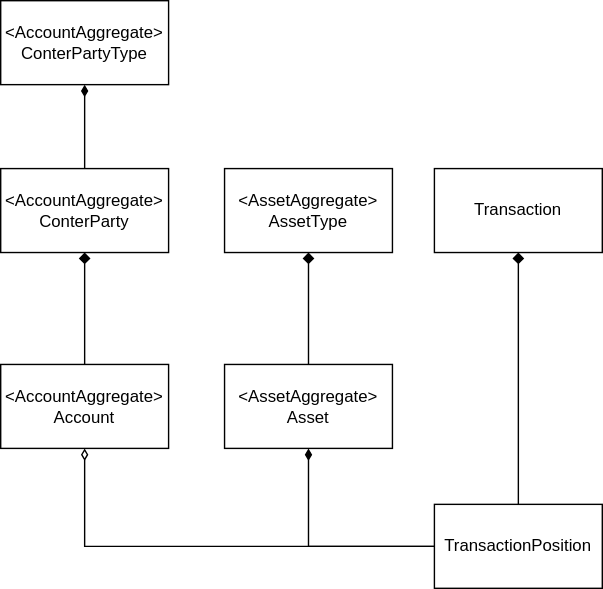
The draw.io diagram doc/DataModel.drawio.svg in FinanceControl/Transaction.Storage.Srv, before a commit. Source tidied: cells renumbered, new cells last; positions are measured from the earlier drawing's top-left corner, leaving out a move shared by most shapes.
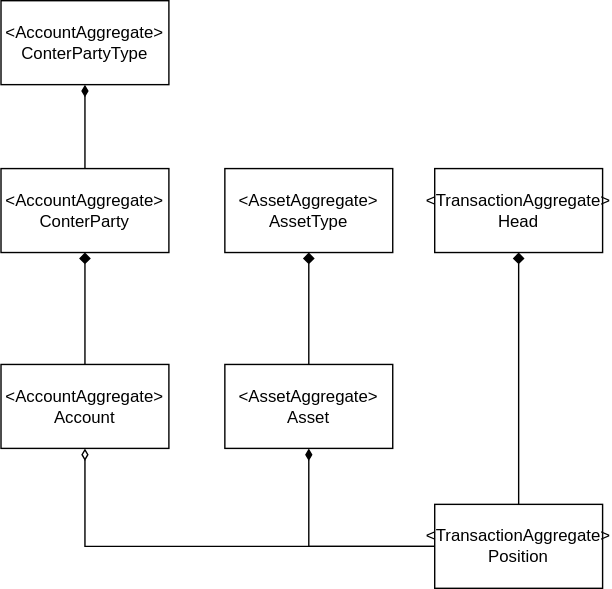
Later version of the same file.

What changed in the source:
```diff
@@ -11,7 +11,7 @@
     <mxCell id="4" value="&amp;lt;AssetAggregate&amp;gt;&lt;br&gt;AssetType" style="rounded=0;whiteSpace=wrap;html=1;" parent="1" vertex="1">
       <mxGeometry x="160" y="120" width="120" height="60" as="geometry" />
     </mxCell>
-    <mxCell id="5" value="Transaction" style="rounded=0;whiteSpace=wrap;html=1;" parent="1" vertex="1">
+    <mxCell id="5" value="&amp;lt;TransactionAggregate&amp;gt;&lt;br&gt;Head" style="rounded=0;whiteSpace=wrap;html=1;" parent="1" vertex="1">
       <mxGeometry x="310" y="120" width="120" height="60" as="geometry" />
     </mxCell>
     <mxCell id="6" style="edgeStyle=orthogonalEdgeStyle;html=1;exitX=0.5;exitY=0;exitDx=0;exitDy=0;endArrow=diamond;endFill=1;rounded=0;" parent="1" edge="1" source="9" target="5">
@@ -23,7 +23,7 @@
     <mxCell id="8" style="edgeStyle=orthogonalEdgeStyle;rounded=0;html=1;endArrow=diamondThin;endFill=1;" parent="1" edge="1" source="9" target="3">
       <mxGeometry relative="1" as="geometry" />
     </mxCell>
-    <mxCell id="9" value="TransactionPosition" style="rounded=0;whiteSpace=wrap;html=1;" parent="1" vertex="1">
+    <mxCell id="9" value="&amp;lt;TransactionAggregate&amp;gt;&lt;br&gt;Position" style="rounded=0;whiteSpace=wrap;html=1;" parent="1" vertex="1">
       <mxGeometry x="310" y="360" width="120" height="60" as="geometry" />
     </mxCell>
     <mxCell id="10" style="edgeStyle=orthogonalEdgeStyle;html=1;exitX=0.5;exitY=0;exitDx=0;exitDy=0;entryX=0.5;entryY=1;entryDx=0;entryDy=0;endArrow=diamond;endFill=1;rounded=0;" parent="1" edge="1" source="11" target="13">
```
